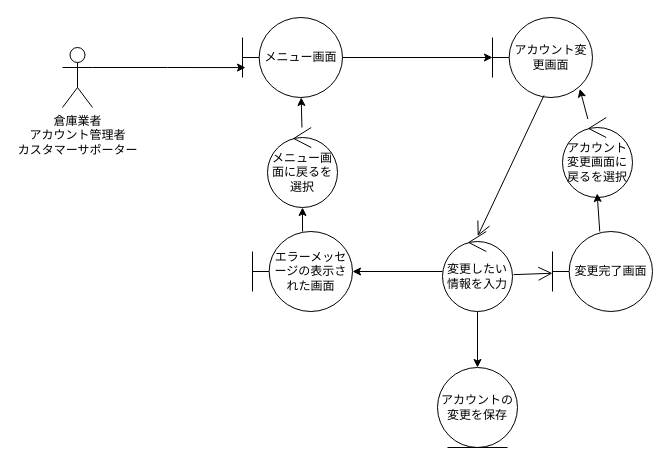
Before: group/3-3_総合演習1_BBショップ注文管理システム/ロバストネス図/lo_a_06_change.drawio in ko246/ohara_uml, a draw.io diagram. Source tidied: cells renumbered, new cells numbered last; positions are measured from the earlier drawing's top-left corner, leaving out a move shared by most shapes. Both pictures are drawn from the tidied source at 100%, with x=0, y=0 at pixel (62, 17).
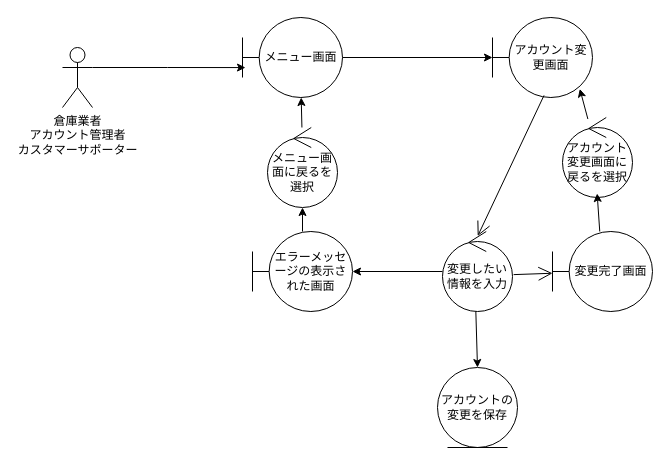
After the change.

The change refers to these unchanged cells:
```xml
<mxCell id="9" value="変更したい情報を入力" style="ellipse;shape=umlControl;whiteSpace=wrap;html=1;" parent="1" vertex="1">
  <mxGeometry x="380" y="214" width="70" height="80" as="geometry" />
</mxCell>
<mxCell id="20" value="アカウントの変更を保存" style="ellipse;shape=umlEntity;whiteSpace=wrap;html=1;" parent="1" vertex="1">
  <mxGeometry x="375" y="350" width="80" height="80" as="geometry" />
</mxCell>
```

The edit, as a diff of the source:
```diff
@@
-    <mxCell id="8" style="edgeStyle=none;html=1;" parent="1" edge="1" source="9" target="20">
+    <mxCell id="8" style="edgeStyle=none;html=1;entryX=0.5;entryY=0;entryDx=0;entryDy=0;exitX=0.476;exitY=0.992;exitDx=0;exitDy=0;exitPerimeter=0;" parent="1" edge="1" source="9" target="20">
       <mxGeometry relative="1" as="geometry" />
     </mxCell>
```
